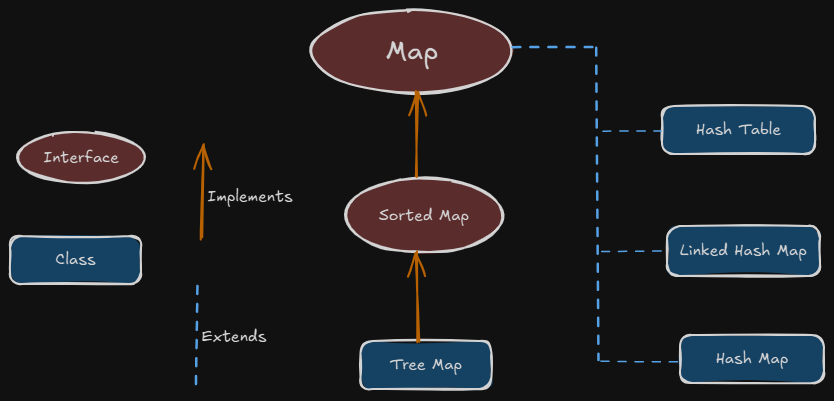
Before: src/CollectionInterface/mapinterface.png, a diagram exported from Excalidraw (itsme-swe/Java_25_CollectionFramework_vsCode). Source tidied: one line per element, renumbered; positions are measured from the earlier drawing's top-left corner, leaving out a move shared by most shapes.
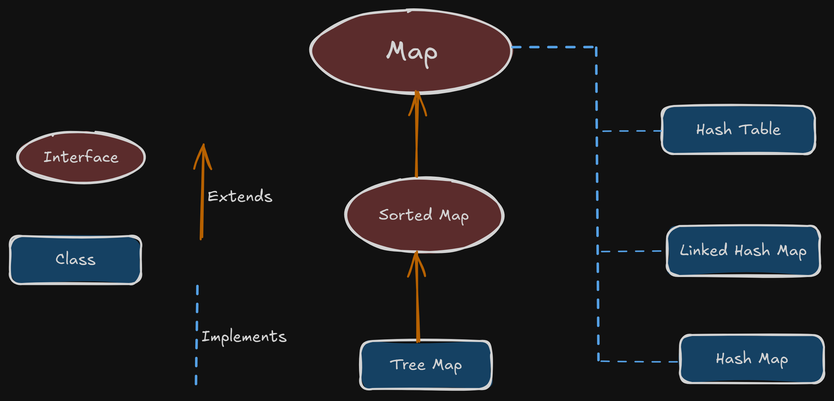
After the change.

Change to the diagram source:
```diff
@@ -23,5 +23,5 @@
 {"id": 22, "type": "text", "text": "Class", "strokeColor": "#1e1e1e", "strokeWidth": 2, "roughness": 1, "fontSize": 16, "fontFamily": 5, "textAlign": "center", "verticalAlign": "middle", "inside": 21, "x": 45, "y": 240, "width": 41, "height": 20}
 {"id": 23, "type": "arrow", "strokeColor": "#f08c00", "backgroundColor": "#ffc9c9", "fillStyle": "solid", "strokeWidth": 2, "roughness": 1, "endArrowhead": "arrow", "round": true, "x": 192, "y": 228, "width": 0, "height": 93, "points": [[0, 0], [0, -93]]}
 {"id": 24, "type": "line", "strokeColor": "#1971c2", "backgroundColor": "#ffc9c9", "fillStyle": "solid", "strokeWidth": 2, "strokeStyle": "dashed", "roughness": 1, "round": true, "x": 186, "y": 276, "width": 0, "height": 106, "points": [[0, 0], [0, 106]]}
-{"id": 25, "type": "text", "text": "Extends", "strokeColor": "#1e1e1e", "backgroundColor": "#ffc9c9", "fillStyle": "solid", "strokeWidth": 2, "strokeStyle": "dashed", "roughness": 1, "fontSize": 16, "fontFamily": 5, "x": 192, "y": 317, "width": 65, "height": 20}
+{"id": 25, "type": "text", "text": "Implements", "strokeColor": "#1e1e1e", "backgroundColor": "#ffc9c9", "fillStyle": "solid", "strokeWidth": 2, "strokeStyle": "dashed", "roughness": 1, "fontSize": 16, "fontFamily": 5, "x": 192, "y": 317, "width": 86, "height": 20}
-{"id": 26, "type": "text", "text": "Implements", "strokeColor": "#1e1e1e", "backgroundColor": "#ffc9c9", "fillStyle": "solid", "strokeWidth": 2, "strokeStyle": "dashed", "roughness": 1, "fontSize": 16, "fontFamily": 5, "x": 198, "y": 177, "width": 86, "height": 20}
+{"id": 26, "type": "text", "text": "Extends", "strokeColor": "#1e1e1e", "backgroundColor": "#ffc9c9", "fillStyle": "solid", "strokeWidth": 2, "strokeStyle": "dashed", "roughness": 1, "fontSize": 16, "fontFamily": 5, "x": 198, "y": 177, "width": 65, "height": 20}
```
